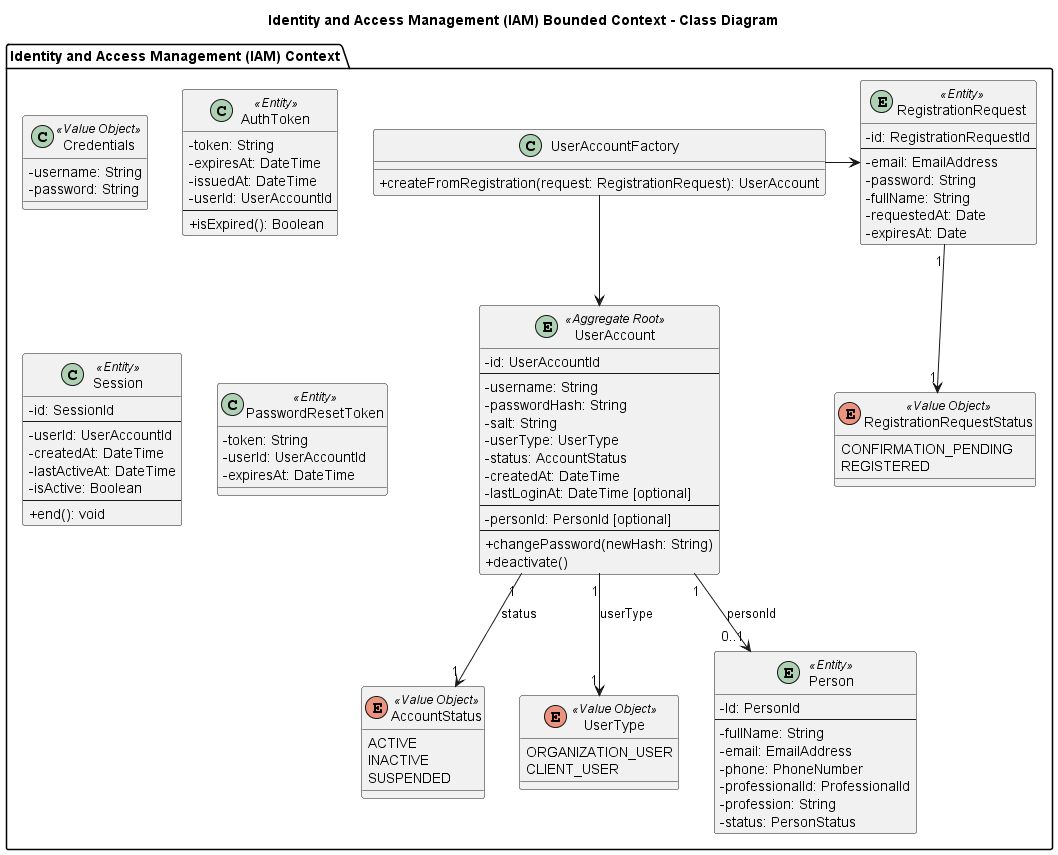
Above: img/chapter4/oop/iam.png in GalaxiaWonder-OpenSource/ProjectReport (PlantUML), before the change.
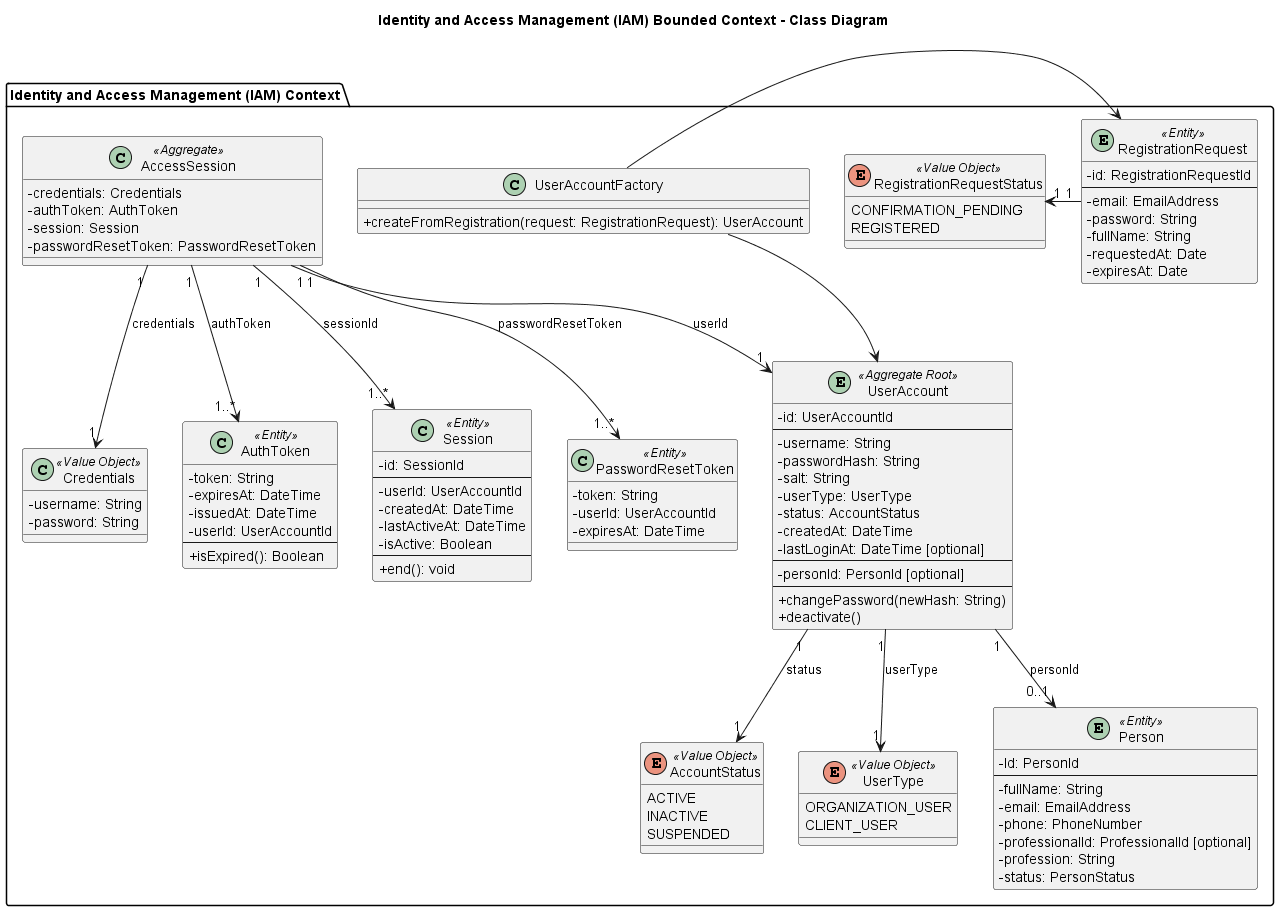
After the change.

What changed in the source:
```diff
@@ -87,21 +87,34 @@
         - fullName: String
         - email: EmailAddress
         - phone: PhoneNumber
-        - professionalId: ProfessionalId
+        - professionalId: ProfessionalId [optional]
         - profession: String
         - status: PersonStatus
+    }
+
+
+    class AccessSession <<Aggregate>> {
+        - credentials: Credentials
+        - authToken: AuthToken
+        - session: Session
+        - passwordResetToken: PasswordResetToken
     }
 
     class UserAccountFactory {
         + createFromRegistration(request: RegistrationRequest): UserAccount
     }
 
+    AccessSession "1" --> "1" UserAccount : userId
+    AccessSession "1" --> "1..*" AuthToken : authToken
+    AccessSession "1" --> "1..*" Session : sessionId
+    AccessSession "1" --> "1..*" PasswordResetToken : passwordResetToken
+    AccessSession "1" --> "1" Credentials : credentials
 
     UserAccount "1" --> "0..1" Person : personId
     UserAccount "1" --> "1" AccountStatus : status
     UserAccount "1" --> "1" UserType : userType
 
-    RegistrationRequest "1" --> "1" RegistrationRequestStatus
+    RegistrationRequest "1" -left-> "1" RegistrationRequestStatus
 
     UserAccountFactory --> UserAccount
     UserAccountFactory -right-> RegistrationRequest
```
